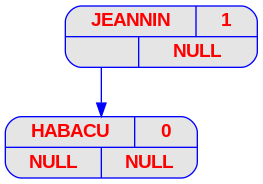
danilorodrigues128/FilRougeAAP keeps this Graphviz diagram as ex1/img/png/prenoms_v01.png. Above is the earlier version. Its source is kept beside it as ex1/img/dot/prenoms_v01.dot. Source of this version:
```dot
digraph prenoms {
	node [
		fontname  = "Arial bold"
		fontsize  = "14"
		fontcolor = "red"
		style     = "rounded, filled"
		shape     = "record"
		fillcolor = "grey90"
		color     = "blue"
		width     = "2"
	]

	edge [
		color     = "blue"
	]

	JEANNIN [label = "{{<c> JEANNIN | <b> 1} | { <g> | <d>}}"];
	JEANNIN [label = "{{<c> JEANNIN | <b> 1} | { <g> | <d> NULL}}"];
	JEANNIN:g -> HABACU;
	HABACU [label = "{{<c> HABACU | <b> 0} | { <g> | <d>}}"];
	HABACU [label = "{{<c> HABACU | <b> 0} | { <g> NULL | <d> NULL}}"];
}
```
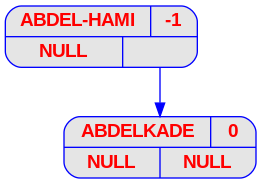
Above is the later version.

Change to the diagram source:
```diff
@@ -14,9 +14,9 @@
 		color     = "blue"
 	]
 
-	JEANNIN [label = "{{<c> JEANNIN | <b> 1} | { <g> | <d>}}"];
-	JEANNIN [label = "{{<c> JEANNIN | <b> 1} | { <g> | <d> NULL}}"];
-	JEANNIN:g -> HABACU;
-	HABACU [label = "{{<c> HABACU | <b> 0} | { <g> | <d>}}"];
-	HABACU [label = "{{<c> HABACU | <b> 0} | { <g> NULL | <d> NULL}}"];
+	"ABDEL-HAMI" [label = "{{<c> ABDEL-HAMI | <b> -1} | { <g> | <d>}}"];
+	"ABDEL-HAMI" [label = "{{<c> ABDEL-HAMI | <b> -1} | { <g> NULL | <d> }}"];
+	"ABDEL-HAMI":d -> "ABDELKADE";
+	"ABDELKADE" [label = "{{<c> ABDELKADE | <b> 0} | { <g> | <d>}}"];
+	"ABDELKADE" [label = "{{<c> ABDELKADE | <b> 0} | { <g> NULL | <d> NULL}}"];
 }
```
